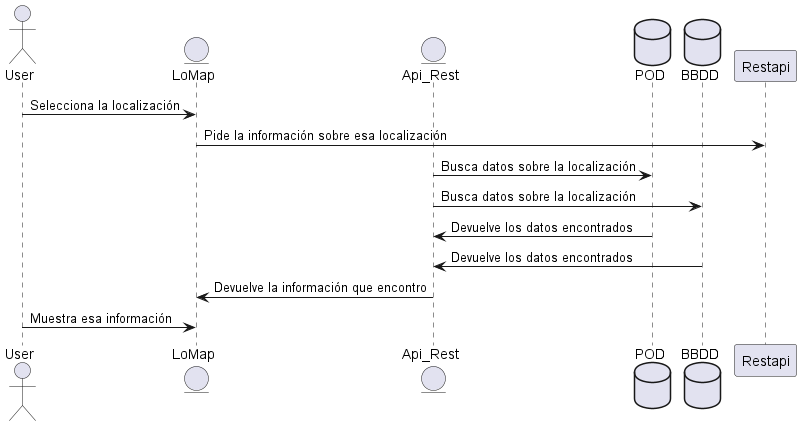
Above: images/Sequence diagram2.png in Arquisoft/lomap_es6a (PlantUML), before the change.
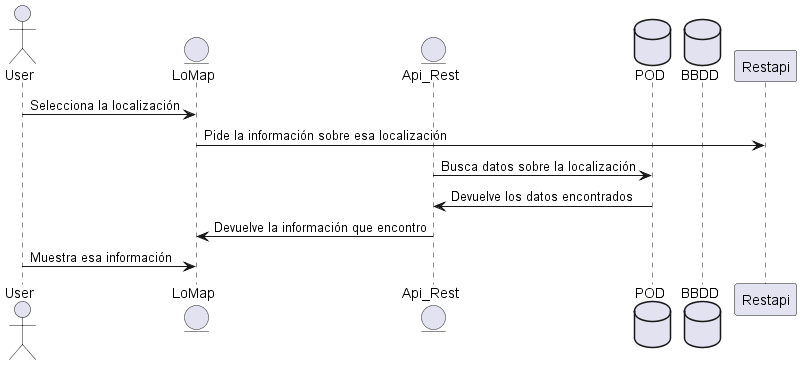
After the change.

What changed in the source:
```diff
@@ -8,9 +8,7 @@
 User -> LoMap: Selecciona la localización
 LoMap -> Restapi: Pide la información sobre esa localización
 Api_Rest -> POD: Busca datos sobre la localización
-Api_Rest -> BBDD: Busca datos sobre la localización
 Api_Rest <- POD: Devuelve los datos encontrados
-Api_Rest <- BBDD: Devuelve los datos encontrados
 LoMap <- Api_Rest: Devuelve la información que encontro
 User -> LoMap: Muestra esa información
 @enduml
```
